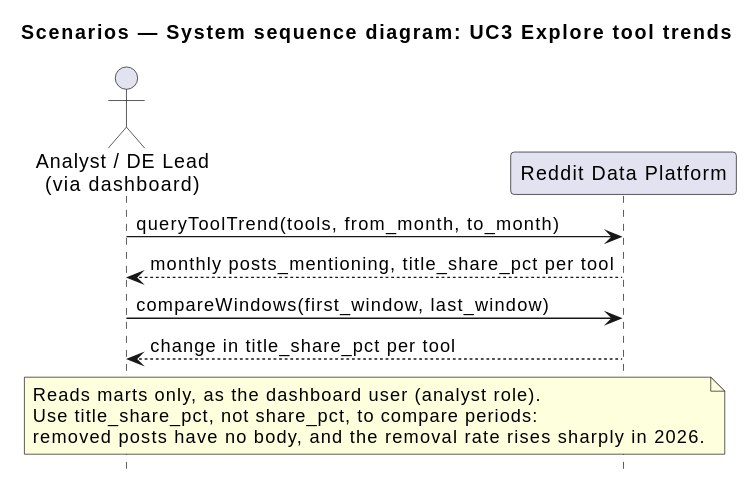
Before: docs/architecture/diagrams/ssd-explore-trends.svg, a diagram exported from PlantUML (modsomjeed/reddit-dataeng).
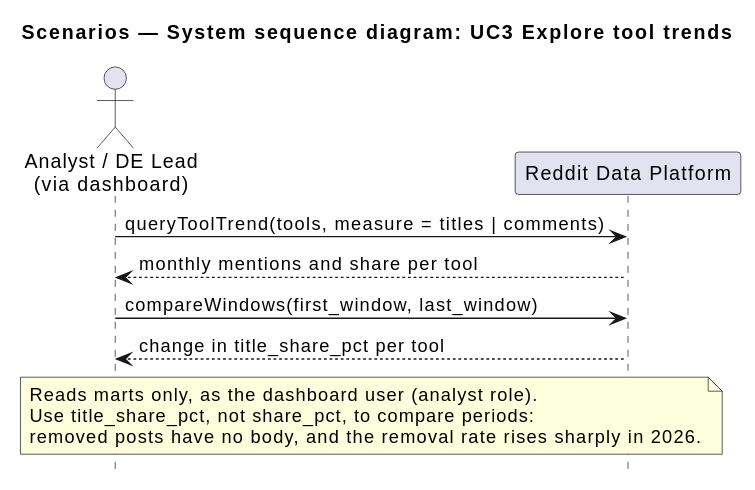
Later version of the same file.

Change to the diagram source:
```diff
@@ -6,8 +6,8 @@
 actor "Analyst / DE Lead\n(via dashboard)" as analyst
 participant "Reddit Data Platform" as system
 
-analyst -> system : queryToolTrend(tools, from_month, to_month)
-system --> analyst : monthly posts_mentioning, title_share_pct per tool
+analyst -> system : queryToolTrend(tools, measure = titles | comments)
+system --> analyst : monthly mentions and share per tool
 
 analyst -> system : compareWindows(first_window, last_window)
 system --> analyst : change in title_share_pct per tool
```
